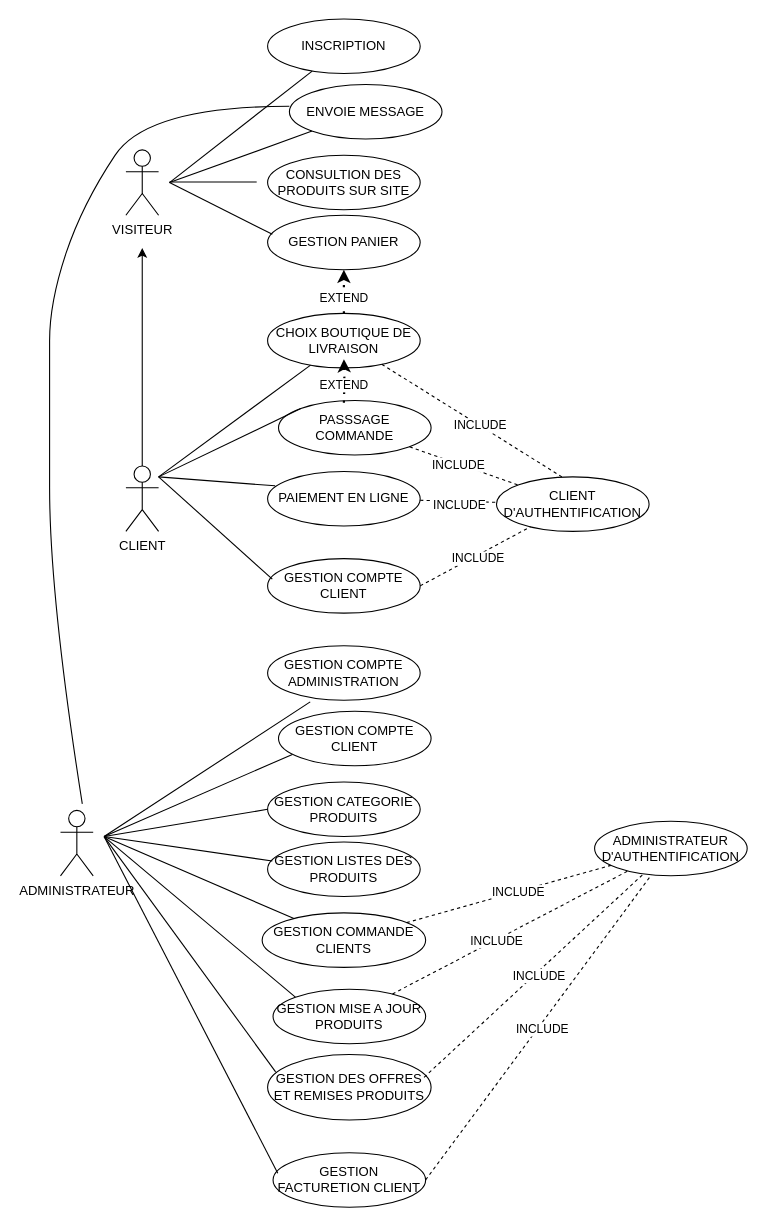
SAMIHKHADIJA/TEST keeps this draw.io diagram as Diagramme sans nom.drawio. Above is the earlier version. Source tidied: cells renumbered, new cells numbered last; positions are measured from the earlier drawing's top-left corner, leaving out a move shared by most shapes. Both pictures are drawn from the tidied source at 109%, with x=0, y=0 at pixel (49, 19).
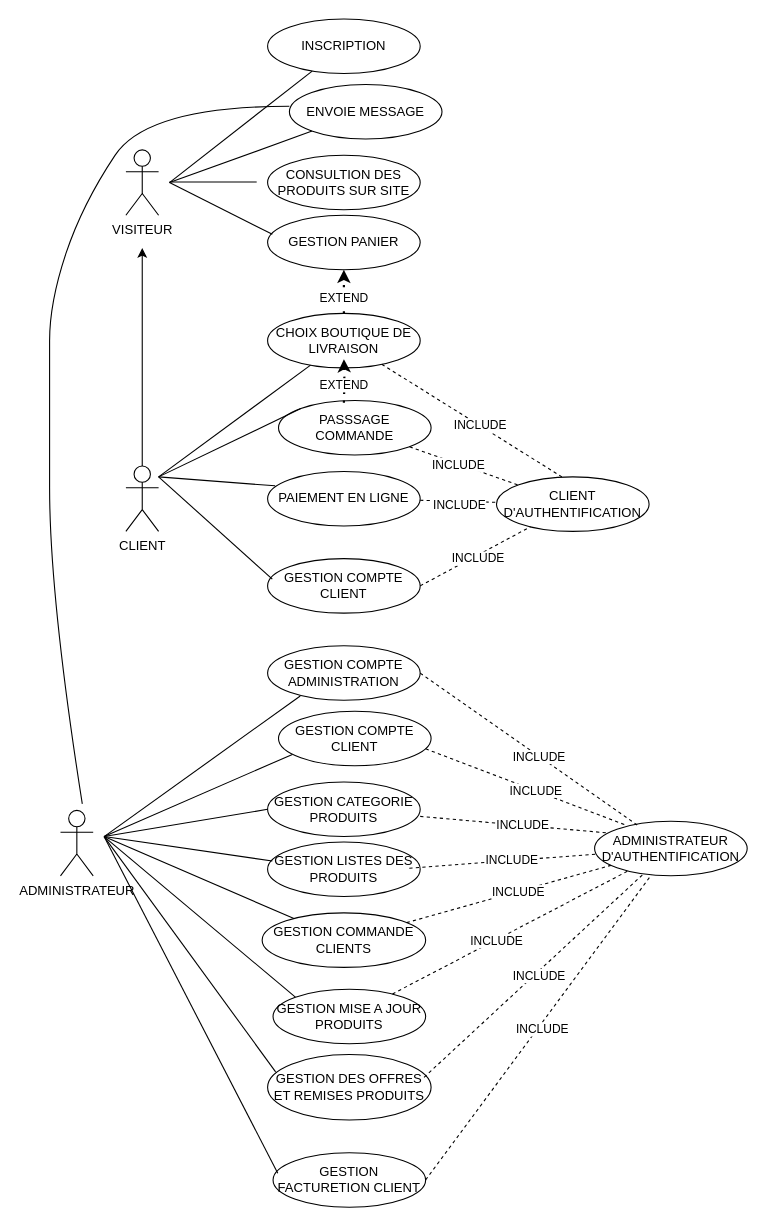
Above is the later version.

Commit message:
Mettre à jour Diagramme sans nom.drawio

The change refers to these unchanged cells:
```xml
<mxCell id="34" value="GESTION COMPTE ADMINISTRATION" style="ellipse;whiteSpace=wrap;html=1;" parent="1" vertex="1">
  <mxGeometry x="200" y="575" width="140" height="50" as="geometry" />
</mxCell>
<mxCell id="39" value="ADMINISTRATEUR D'AUTHENTIFICATION" style="ellipse;whiteSpace=wrap;html=1;" parent="1" vertex="1">
  <mxGeometry x="500" y="736" width="140" height="50" as="geometry" />
</mxCell>
```

Diff of the diagram source:
```diff
@@
-    <mxCell id="44" style="endArrow=none;html=1;rounded=0;" parent="1" edge="1">
+    <mxCell id="44" style="endArrow=none;html=1;rounded=0;entryX=0.214;entryY=0.92;entryDx=0;entryDy=0;entryPerimeter=0;" parent="1" edge="1" target="34">
       <mxGeometry relative="1" as="geometry">
         <mxPoint x="50" y="750" as="sourcePoint" />
-        <mxPoint x="239.1" y="626.4" as="targetPoint" />
       </mxGeometry>
     </mxCell>
@@
+    <mxCell id="61" style="endArrow=none;dashed=1;html=1;rounded=0;" parent="1" edge="1" target="39">
+      <mxGeometry relative="1" as="geometry">
+        <mxPoint x="330" y="779" as="sourcePoint" />
+      </mxGeometry>
+    </mxCell>
+    <mxCell id="62" value="INCLUDE" style="edgeLabel;html=1;align=center;verticalAlign=middle;" parent="61" vertex="1">
+      <mxGeometry x="0.09" relative="1" as="geometry" />
+    </mxCell>
+    <mxCell id="63" style="endArrow=none;dashed=1;html=1;rounded=0;entryX=0.083;entryY=0.212;entryDx=0;entryDy=0;entryPerimeter=0;" parent="1" edge="1" target="39">
+      <mxGeometry relative="1" as="geometry">
+        <mxPoint x="340" y="731.5" as="sourcePoint" />
+      </mxGeometry>
+    </mxCell>
+    <mxCell id="64" value="INCLUDE" style="edgeLabel;html=1;align=center;verticalAlign=middle;" parent="63" vertex="1">
+      <mxGeometry x="0.09" relative="1" as="geometry" />
+    </mxCell>
+    <mxCell id="65" style="endArrow=none;dashed=1;html=1;rounded=0;entryX=0.214;entryY=0.08;entryDx=0;entryDy=0;entryPerimeter=0;" parent="1" edge="1" target="39">
+      <mxGeometry relative="1" as="geometry">
+        <mxPoint x="345" y="669.5" as="sourcePoint" />
+      </mxGeometry>
+    </mxCell>
+    <mxCell id="66" value="INCLUDE" style="edgeLabel;html=1;align=center;verticalAlign=middle;" parent="65" vertex="1">
+      <mxGeometry x="0.09" relative="1" as="geometry" />
+    </mxCell>
+    <mxCell id="67" style="endArrow=none;dashed=1;html=1;rounded=0;entryX=0.286;entryY=0.08;entryDx=0;entryDy=0;entryPerimeter=0;" parent="1" edge="1" target="39">
+      <mxGeometry relative="1" as="geometry">
+        <mxPoint x="340" y="600" as="sourcePoint" />
+      </mxGeometry>
+    </mxCell>
+    <mxCell id="68" value="INCLUDE" style="edgeLabel;html=1;align=center;verticalAlign=middle;" parent="67" vertex="1">
+      <mxGeometry x="0.09" relative="1" as="geometry" />
+    </mxCell>
```
